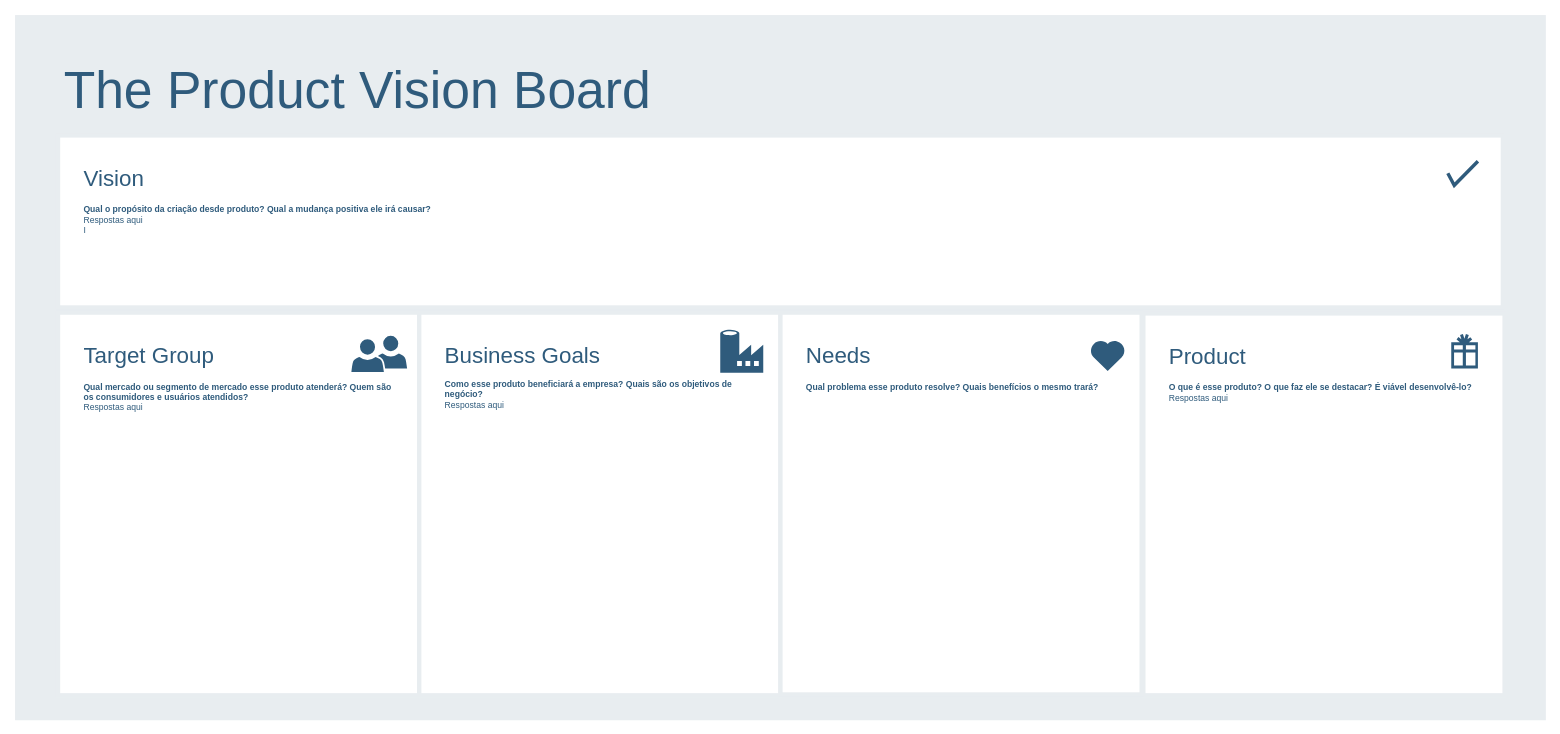
Above: page "Product Vision Board" (2 of 2) of Canvas GRUPO M - Cryptotitulo.drawio in GiuseppeMP/fiap-grupo-m (draw.io), before the change. Source tidied: cells renumbered, new cells numbered last; positions are measured from the earlier drawing's top-left corner, leaving out a move shared by most shapes. Both pictures are drawn from the tidied source at 86%, with x=0, y=0 at pixel (15, 15).
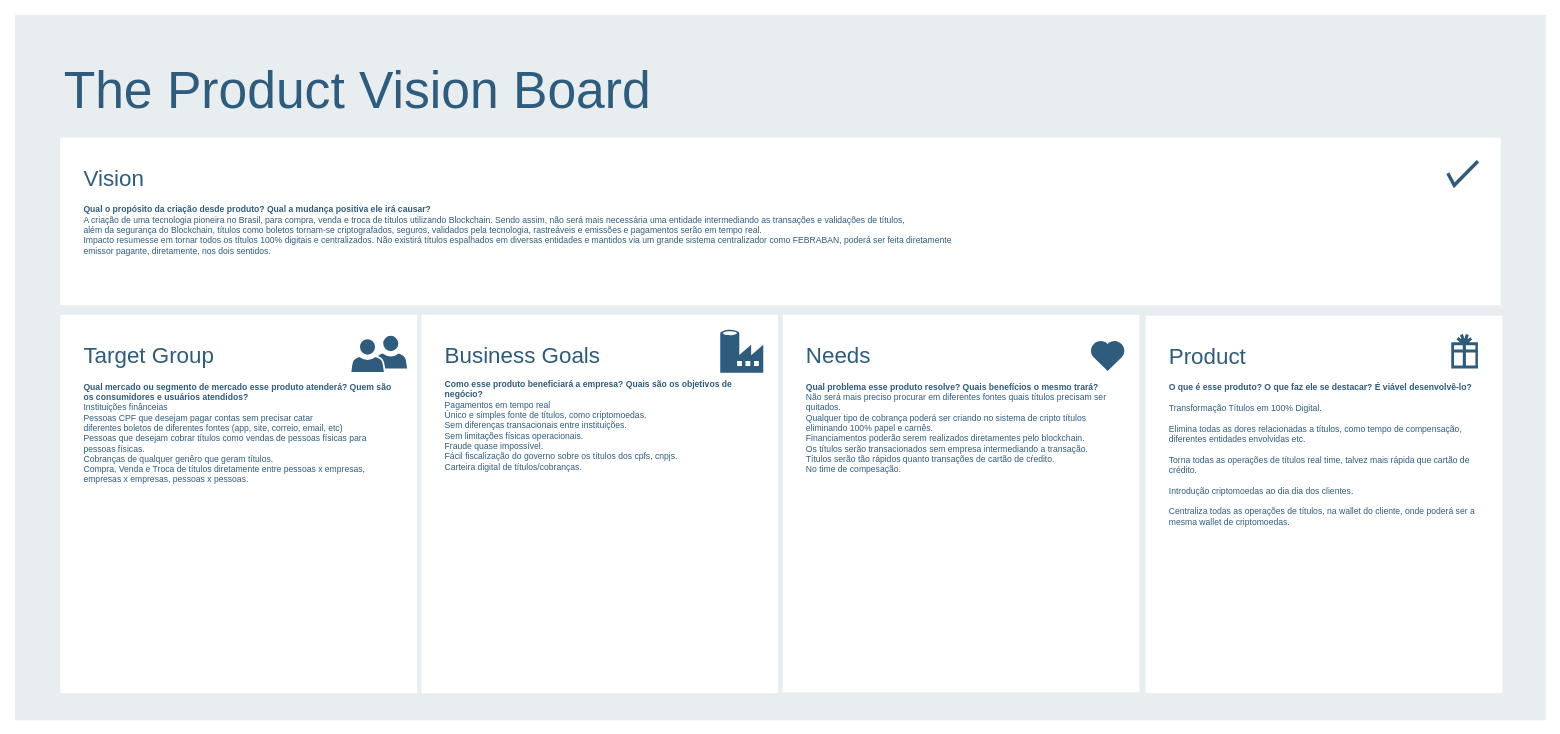
The same page after the edit.

Change to the diagram source:
```diff
@@
 <mxGraphModel>
   <root>
     <mxCell id="0" />
     <mxCell id="1" parent="0" />
     <mxCell id="2" style="rounded=0;whiteSpace=wrap;html=1;shadow=0;labelBackgroundColor=none;strokeColor=none;strokeWidth=3;fillColor=#e8edf0;fontSize=60;fontColor=#2F5B7C;align=left;" parent="1" vertex="1">
       <mxGeometry width="1780" height="820" as="geometry" />
     </mxCell>
-    <mxCell id="3" value="&lt;div style=&quot;font-size: 26px&quot;&gt;Product&lt;/div&gt;&lt;div&gt;&lt;br&gt;&lt;/div&gt;&lt;div&gt;&lt;div style=&quot;font-size: 10px&quot;&gt;&lt;span&gt;&lt;b&gt;O que é esse produto? O que faz ele se destacar? É viável desenvolvê-lo?&lt;/b&gt;&lt;/span&gt;&lt;/div&gt;&lt;div style=&quot;font-size: 10px&quot;&gt;&lt;span&gt;Respostas aqui&lt;/span&gt;&lt;br&gt;&lt;/div&gt;&lt;/div&gt;&lt;div&gt;&lt;br&gt;&lt;/div&gt;" style="rounded=0;whiteSpace=wrap;html=1;shadow=0;labelBackgroundColor=none;strokeColor=#e8edf0;strokeWidth=5;fillColor=#ffffff;fontSize=12;fontColor=#2F5B7C;align=left;verticalAlign=top;spacing=30;" parent="1" vertex="1">
+    <mxCell id="3" value="&lt;div style=&quot;font-size: 26px&quot;&gt;Product&lt;/div&gt;&lt;div&gt;&lt;br&gt;&lt;/div&gt;&lt;div&gt;&lt;div style=&quot;font-size: 10px&quot;&gt;&lt;span&gt;&lt;b&gt;O que é esse produto? O que faz ele se destacar? É viável desenvolvê-lo?&lt;/b&gt;&lt;/span&gt;&lt;/div&gt;&lt;div style=&quot;font-size: 10px&quot;&gt;&lt;br&gt;&lt;/div&gt;&lt;div style=&quot;font-size: 10px&quot;&gt;Transformação Títulos em 100% Digital.&lt;/div&gt;&lt;div style=&quot;font-size: 10px&quot;&gt;&lt;br&gt;&lt;/div&gt;&lt;div style=&quot;font-size: 10px&quot;&gt;Elimina todas as dores relacionadas a títulos, como tempo de compensação, diferentes entidades envolvidas etc.&lt;/div&gt;&lt;div style=&quot;font-size: 10px&quot;&gt;&lt;br&gt;&lt;/div&gt;&lt;div style=&quot;font-size: 10px&quot;&gt;Torna todas as operações de títulos real time, talvez mais rápida que cartão de crédito.&lt;/div&gt;&lt;div style=&quot;font-size: 10px&quot;&gt;&lt;br&gt;&lt;/div&gt;&lt;div style=&quot;font-size: 10px&quot;&gt;Introdução criptomoedas ao dia dia dos clientes.&lt;/div&gt;&lt;div style=&quot;font-size: 10px&quot;&gt;&lt;br&gt;&lt;/div&gt;&lt;div style=&quot;font-size: 10px&quot;&gt;Centraliza todas as operações de títulos, na wallet do cliente, onde poderá ser a mesma wallet de criptomoedas.&lt;br&gt;&lt;/div&gt;&lt;/div&gt;&lt;div&gt;&lt;br&gt;&lt;/div&gt;" style="rounded=0;whiteSpace=wrap;html=1;shadow=0;labelBackgroundColor=none;strokeColor=#e8edf0;strokeWidth=5;fillColor=#ffffff;fontSize=12;fontColor=#2F5B7C;align=left;verticalAlign=top;spacing=30;" parent="1" vertex="1">
       <mxGeometry x="1312" y="347" width="420" height="444" as="geometry" />
     </mxCell>
-    <mxCell id="4" value="&lt;font&gt;&lt;font style=&quot;font-size: 26px&quot;&gt;Vision&lt;/font&gt;&lt;br&gt;&lt;/font&gt;&lt;font style=&quot;font-size: 12px&quot;&gt;&lt;br style=&quot;font-size: 12px&quot;&gt;&lt;/font&gt;&lt;font style=&quot;font-size: 12px&quot;&gt;&lt;/font&gt;&lt;div style=&quot;font-size: 10px&quot;&gt;&lt;font style=&quot;font-size: 10px&quot;&gt;&lt;b&gt;Qual o propósito da criação desde produto? Qual a mudança positiva ele irá causar?&lt;br&gt;&lt;/b&gt;&lt;/font&gt;&lt;/div&gt;&lt;div style=&quot;font-size: 10px&quot;&gt;&lt;font style=&quot;font-size: 10px&quot;&gt;Respostas aqui&lt;br&gt;&lt;/font&gt;&lt;/div&gt;&lt;div style=&quot;font-size: 10px&quot;&gt;&lt;font style=&quot;font-size: 10px&quot;&gt;I&lt;/font&gt;&lt;/div&gt;&lt;div style=&quot;font-size: 12px&quot;&gt;&lt;br style=&quot;font-size: 12px&quot;&gt;&lt;/div&gt;" style="rounded=0;whiteSpace=wrap;html=1;shadow=0;labelBackgroundColor=none;strokeColor=#e8edf0;strokeWidth=5;fillColor=#ffffff;fontSize=12;fontColor=#2F5B7C;align=left;verticalAlign=top;spacing=30;" parent="1" vertex="1">
+    <mxCell id="4" value="&lt;font&gt;&lt;font style=&quot;font-size: 26px&quot;&gt;Vision&lt;/font&gt;&lt;br&gt;&lt;/font&gt;&lt;font style=&quot;font-size: 12px&quot;&gt;&lt;br style=&quot;font-size: 12px&quot;&gt;&lt;/font&gt;&lt;font style=&quot;font-size: 12px&quot;&gt;&lt;/font&gt;&lt;div style=&quot;font-size: 10px&quot;&gt;&lt;font style=&quot;font-size: 10px&quot;&gt;&lt;b&gt;Qual o propósito da criação desde produto? Qual a mudança positiva ele irá causar?&lt;br&gt;&lt;/b&gt;&lt;/font&gt;&lt;/div&gt;&lt;div style=&quot;font-size: 10px&quot;&gt;A criação de uma tecnologia pioneira no Brasil, para compra, venda e troca de títulos utilizando Blockchain. Sendo assim, não será mais necessária uma entidade intermediando as transações e validações de títulos,&lt;/div&gt;&lt;div style=&quot;font-size: 10px&quot;&gt;&lt;font style=&quot;font-size: 10px&quot;&gt;além da segurança do Blockchain, títulos como boletos tornam-se criptografados, seguros, validados pela tecnologia, rastreáveis e emissões e pagamentos serão em tempo real.&lt;br&gt;&lt;/font&gt;&lt;/div&gt;&lt;div style=&quot;font-size: 10px&quot;&gt;&lt;font style=&quot;font-size: 10px&quot;&gt;Impacto resumesse em tornar todos os títulos 100% digitais e centralizados. Não existirá títulos espalhados em diversas entidades e mantidos via um grande sistema centralizador como FEBRABAN, poderá ser feita diretamente&lt;/font&gt;&lt;/div&gt;&lt;div style=&quot;font-size: 10px&quot;&gt;&lt;font style=&quot;font-size: 10px&quot;&gt;emissor pagante, diretamente, nos dois sentidos.&lt;br&gt;&lt;/font&gt;&lt;/div&gt;&lt;div style=&quot;font-size: 12px&quot;&gt;&lt;br style=&quot;font-size: 12px&quot;&gt;&lt;/div&gt;" style="rounded=0;whiteSpace=wrap;html=1;shadow=0;labelBackgroundColor=none;strokeColor=#e8edf0;strokeWidth=5;fillColor=#ffffff;fontSize=12;fontColor=#2F5B7C;align=left;verticalAlign=top;spacing=30;" parent="1" vertex="1">
       <mxGeometry x="50" y="140" width="1680" height="200" as="geometry" />
     </mxCell>
-    <mxCell id="5" value="&lt;font&gt;&lt;font style=&quot;font-size: 26px&quot;&gt;Target Group&lt;/font&gt;&lt;br style=&quot;font-size: 12px&quot;&gt;&lt;/font&gt;&lt;font&gt;&lt;br&gt;&lt;div style=&quot;font-size: 10px&quot;&gt;&lt;b&gt;Qual mercado ou segmento de mercado esse produto atenderá? Quem são os consumidores e usuários atendidos?&lt;br&gt;&lt;/b&gt;&lt;/div&gt;&lt;div style=&quot;font-size: 10px&quot;&gt;Respostas aqui&lt;br&gt;&lt;/div&gt;&lt;div&gt;&lt;br&gt;&lt;/div&gt;&lt;/font&gt;" style="rounded=0;whiteSpace=wrap;html=1;shadow=0;labelBackgroundColor=none;strokeColor=#e8edf0;strokeWidth=5;fillColor=#ffffff;fontSize=12;fontColor=#2F5B7C;align=left;verticalAlign=top;spacing=30;" parent="1" vertex="1">
+    <mxCell id="5" value="&lt;font&gt;&lt;font style=&quot;font-size: 26px&quot;&gt;Target Group&lt;/font&gt;&lt;br style=&quot;font-size: 12px&quot;&gt;&lt;/font&gt;&lt;font&gt;&lt;br&gt;&lt;div style=&quot;font-size: 10px&quot;&gt;&lt;b&gt;Qual mercado ou segmento de mercado esse produto atenderá? Quem são os consumidores e usuários atendidos?&lt;br&gt;&lt;/b&gt;&lt;/div&gt;&lt;div style=&quot;font-size: 10px&quot;&gt;Instituições finânceias&lt;br&gt;Pessoas CPF que desejam pagar contas sem precisar catar&lt;/div&gt;&lt;div style=&quot;font-size: 10px&quot;&gt;diferentes boletos de diferentes fontes (app, site, correio, email, etc)&lt;/div&gt;&lt;div style=&quot;font-size: 10px&quot;&gt;Pessoas que desejam cobrar títulos como vendas de pessoas físicas para pessoas físicas.&lt;/div&gt;&lt;div style=&quot;font-size: 10px&quot;&gt;Cobranças de qualquer genêro que geram títulos.&lt;/div&gt;&lt;div style=&quot;font-size: 10px&quot;&gt;Compra, Venda e Troca de títulos diretamente entre pessoas x empresas, empresas x empresas, pessoas x pessoas.&lt;br&gt;&lt;/div&gt;&lt;div&gt;&lt;br&gt;&lt;/div&gt;&lt;/font&gt;" style="rounded=0;whiteSpace=wrap;html=1;shadow=0;labelBackgroundColor=none;strokeColor=#e8edf0;strokeWidth=5;fillColor=#ffffff;fontSize=12;fontColor=#2F5B7C;align=left;verticalAlign=top;spacing=30;" parent="1" vertex="1">
       <mxGeometry x="50" y="346" width="420" height="445" as="geometry" />
     </mxCell>
-    <mxCell id="6" value="&lt;div&gt;&lt;font style=&quot;font-size: 26px&quot;&gt;Business Goals&lt;br&gt;&lt;/font&gt;&lt;/div&gt;&lt;div&gt;&lt;div style=&quot;font-size: 10px&quot;&gt;&lt;b&gt;&lt;br&gt;&lt;/b&gt;&lt;/div&gt;&lt;div style=&quot;font-size: 10px&quot;&gt;&lt;b&gt;Como esse produto beneficiará a empresa? Quais são os objetivos de negócio?&lt;br&gt;&lt;/b&gt;&lt;/div&gt;&lt;div style=&quot;font-size: 10px&quot;&gt;Respostas aqui&lt;br&gt;&lt;/div&gt;&lt;/div&gt;&lt;div&gt;&lt;br&gt;&lt;/div&gt;" style="rounded=0;whiteSpace=wrap;html=1;shadow=0;labelBackgroundColor=none;strokeColor=#e8edf0;strokeWidth=5;fillColor=#ffffff;fontSize=12;fontColor=#2F5B7C;align=left;verticalAlign=top;spacing=30;" parent="1" vertex="1">
+    <mxCell id="6" value="&lt;div&gt;&lt;font style=&quot;font-size: 26px&quot;&gt;Business Goals&lt;br&gt;&lt;/font&gt;&lt;/div&gt;&lt;div&gt;&lt;div style=&quot;font-size: 10px&quot;&gt;&lt;b&gt;&lt;br&gt;&lt;/b&gt;&lt;/div&gt;&lt;div style=&quot;font-size: 10px&quot;&gt;&lt;b&gt;Como esse produto beneficiará a empresa? Quais são os objetivos de negócio?&lt;br&gt;&lt;/b&gt;&lt;/div&gt;&lt;div style=&quot;font-size: 10px&quot;&gt;Pagamentos em tempo real&lt;/div&gt;&lt;div style=&quot;font-size: 10px&quot;&gt;Único e simples fonte de títulos, como criptomoedas.&lt;/div&gt;&lt;div style=&quot;font-size: 10px&quot;&gt;Sem diferenças transacionais entre instituições.&lt;/div&gt;&lt;div style=&quot;font-size: 10px&quot;&gt;Sem limitações físicas operacionais.&lt;/div&gt;&lt;div style=&quot;font-size: 10px&quot;&gt;Fraude quase impossível.&lt;/div&gt;&lt;div style=&quot;font-size: 10px&quot;&gt;Fácil fiscalização do governo sobre os títulos dos cpfs, cnpjs.&lt;/div&gt;&lt;div style=&quot;font-size: 10px&quot;&gt;Carteira digital de títulos/cobranças.&lt;br&gt;&lt;/div&gt;&lt;/div&gt;&lt;div&gt;&lt;br&gt;&lt;/div&gt;" style="rounded=0;whiteSpace=wrap;html=1;shadow=0;labelBackgroundColor=none;strokeColor=#e8edf0;strokeWidth=5;fillColor=#ffffff;fontSize=12;fontColor=#2F5B7C;align=left;verticalAlign=top;spacing=30;" parent="1" vertex="1">
       <mxGeometry x="470" y="346" width="420" height="445" as="geometry" />
     </mxCell>
-    <mxCell id="7" value="&lt;div style=&quot;font-size: 26px&quot;&gt;Needs&lt;/div&gt;&lt;div&gt;&lt;br&gt;&lt;/div&gt;&lt;div&gt;&lt;div style=&quot;font-size: 10px&quot;&gt;&lt;span&gt;&lt;b&gt;Qual problema esse produto resolve? Quais benefícios o mesmo trará?&lt;/b&gt;&lt;/span&gt;&lt;br&gt;&lt;/div&gt;&lt;/div&gt;&lt;div&gt;&lt;br&gt;&lt;/div&gt;" style="rounded=0;whiteSpace=wrap;html=1;shadow=0;labelBackgroundColor=none;strokeColor=#e8edf0;strokeWidth=5;fillColor=#ffffff;fontSize=12;fontColor=#2F5B7C;align=left;verticalAlign=top;spacing=30;" parent="1" vertex="1">
+    <mxCell id="7" value="&lt;div style=&quot;font-size: 26px&quot;&gt;Needs&lt;/div&gt;&lt;div&gt;&lt;br&gt;&lt;/div&gt;&lt;div&gt;&lt;div style=&quot;font-size: 10px&quot;&gt;&lt;span&gt;&lt;b&gt;Qual problema esse produto resolve? Quais benefícios o mesmo trará?&lt;/b&gt;&lt;/span&gt;&lt;/div&gt;&lt;div style=&quot;font-size: 10px&quot;&gt;&lt;span&gt;Não será mais preciso procurar em diferentes fontes quais títulos precisam ser quitados.&lt;/span&gt;&lt;/div&gt;&lt;div style=&quot;font-size: 10px&quot;&gt;&lt;span&gt;Qualquer tipo de cobrança poderá ser criando no sistema de cripto títulos eliminando 100% papel e carnês.&lt;/span&gt;&lt;/div&gt;&lt;div style=&quot;font-size: 10px&quot;&gt;&lt;span&gt;Financiamentos poderão serem realizados diretamentes pelo blockchain.&lt;/span&gt;&lt;/div&gt;&lt;div style=&quot;font-size: 10px&quot;&gt;&lt;span&gt;Os títulos serão transacionados sem empresa intermediando a transação.&lt;/span&gt;&lt;/div&gt;&lt;div style=&quot;font-size: 10px&quot;&gt;&lt;span&gt;Títulos serão tão rápidos quanto transações de cartão de cŕedito.&lt;/span&gt;&lt;/div&gt;&lt;div style=&quot;font-size: 10px&quot;&gt;&lt;span&gt;No time de compesação.&lt;b&gt;&lt;br&gt;&lt;/b&gt;&lt;/span&gt;&lt;/div&gt;&lt;/div&gt;&lt;div&gt;&lt;br&gt;&lt;/div&gt;" style="rounded=0;whiteSpace=wrap;html=1;shadow=0;labelBackgroundColor=none;strokeColor=#e8edf0;strokeWidth=5;fillColor=#ffffff;fontSize=12;fontColor=#2F5B7C;align=left;verticalAlign=top;spacing=30;" parent="1" vertex="1">
       <mxGeometry x="890" y="346" width="420" height="444" as="geometry" />
     </mxCell>
     <mxCell id="8" value="The Product Vision Board" style="text;html=1;align=left;verticalAlign=top;spacingTop=-4;fontSize=60;fontColor=#2F5B7C;" parent="1" vertex="1">
       <mxGeometry x="55" y="50" width="730" height="70" as="geometry" />
     </mxCell>
     <mxCell id="9" style="html=1;verticalLabelPosition=bottom;labelBackgroundColor=#ffffff;verticalAlign=top;shadow=0;dashed=0;strokeWidth=4;shape=mxgraph.ios7.misc.check;strokeColor=#2F5B7C;fillColor=#ffffff;gradientColor=none;fontSize=12;fontColor=#2F5B7C;align=left;" parent="1" vertex="1">
       <mxGeometry x="1666" y="170" width="35" height="28" as="geometry" />
     </mxCell>
     <mxCell id="10" style="html=1;verticalLabelPosition=bottom;labelBackgroundColor=#ffffff;verticalAlign=top;strokeWidth=3;strokeColor=none;fillColor=#2F5B7C;shadow=0;dashed=0;shape=mxgraph.ios7.icons.heart;fontSize=12;fontColor=#2F5B7C;align=left;" parent="1" vertex="1">
       <mxGeometry x="1250" y="378" width="41" height="36" as="geometry" />
     </mxCell>
     <mxCell id="11" style="shadow=0;dashed=0;html=1;strokeColor=none;labelPosition=center;verticalLabelPosition=bottom;verticalAlign=top;shape=mxgraph.mscae.cloud.data_factory;fillColor=#2F5B7C;labelBackgroundColor=none;fontSize=10;fontColor=#2F5B7C;align=left;" parent="1" vertex="1">
       <mxGeometry x="820" y="366" width="50" height="50" as="geometry" />
     </mxCell>
     <mxCell id="12" style="shape=mxgraph.signs.travel.present;html=1;fillColor=#2F5B7C;strokeColor=none;verticalLabelPosition=bottom;verticalAlign=top;align=center;shadow=0;labelBackgroundColor=none;fontSize=12;fontColor=#2F5B7C;" parent="1" vertex="1">
       <mxGeometry x="1670" y="371" width="31" height="40" as="geometry" />
     </mxCell>
     <mxCell id="13" style="group;" parent="1" vertex="1">
       <mxGeometry x="390" y="376" width="60" height="40" as="geometry" />
     </mxCell>
     <mxCell id="14" style="shadow=0;dashed=0;html=1;strokeColor=#FFFFFF;labelPosition=center;verticalLabelPosition=bottom;verticalAlign=top;shape=mxgraph.office.users.user;fillColor=#2F5B7C;labelBackgroundColor=none;fontSize=10;fontColor=#000000;align=left;strokeWidth=2;" parent="13" vertex="1">
       <mxGeometry x="27" y="-4" width="40" height="40" as="geometry" />
     </mxCell>
     <mxCell id="15" style="shadow=0;dashed=0;html=1;strokeColor=#FFFFFF;labelPosition=center;verticalLabelPosition=bottom;verticalAlign=top;shape=mxgraph.office.users.user;fillColor=#2F5B7C;labelBackgroundColor=none;fontSize=10;fontColor=#000000;align=left;strokeWidth=2;" parent="13" vertex="1">
       <mxGeometry width="40" height="40" as="geometry" />
     </mxCell>
   </root>
 </mxGraphModel>
```
